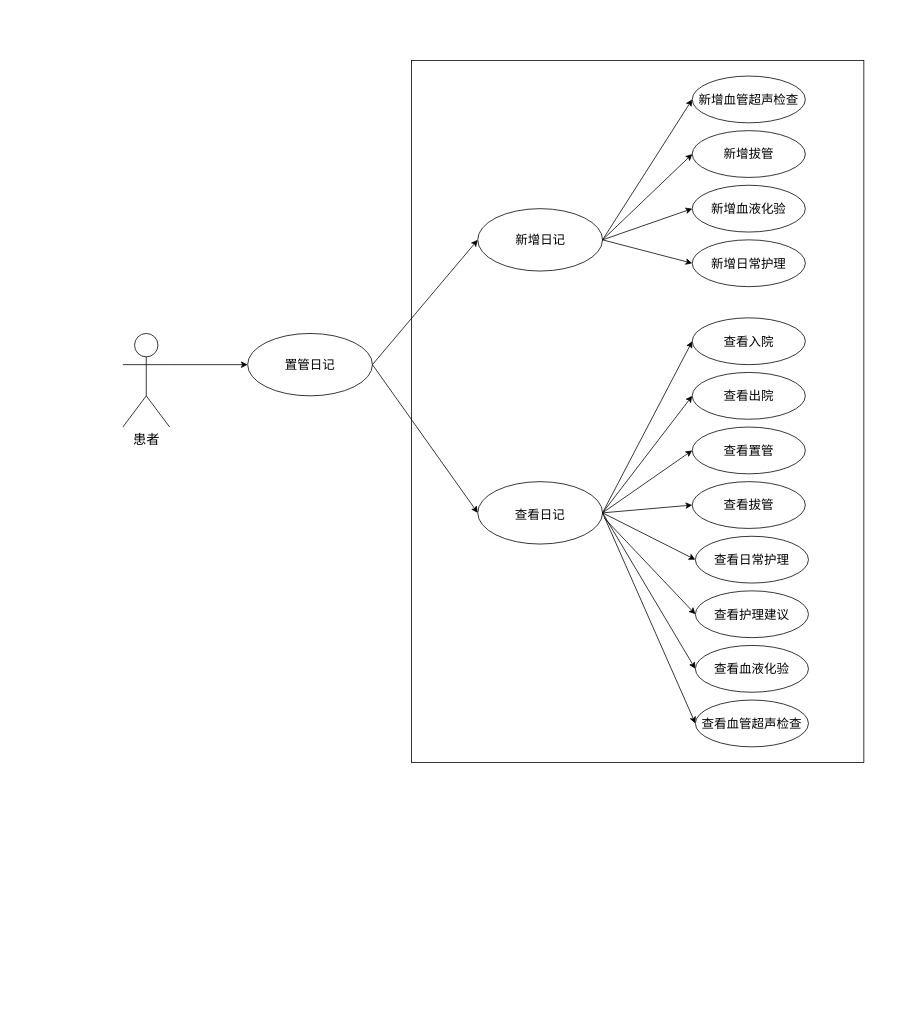
Before: 毕设_用况图_患者端_个人中心.drawio in ssssszj/Drawio, a draw.io diagram. Source tidied: cells renumbered, new cells numbered last; positions are measured from the earlier drawing's top-left corner, leaving out a move shared by most shapes. Both pictures are drawn from the tidied source at 78%, with x=0, y=0 at pixel (76, 13).
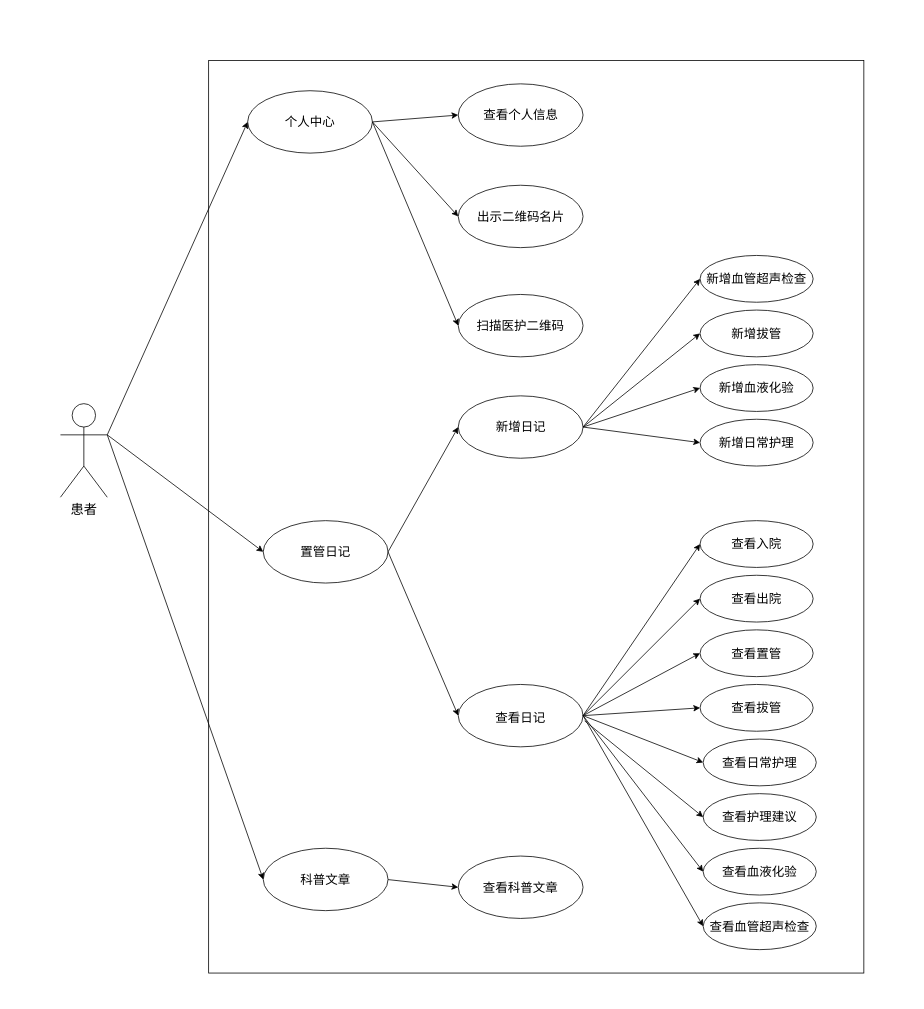
Above is the later version.

Commit message:
更新毕设_用况图_患者端.drawio

What changed in the source:
```diff
@@
     <mxCell id="2" style="rounded=0;whiteSpace=wrap;html=1;strokeColor=none;" parent="1" vertex="1">
-      <mxGeometry width="1070" height="1010" as="geometry" />
+      <mxGeometry x="-80" width="1150" height="1260" as="geometry" />
     </mxCell>
+    <mxCell id="4" style="rounded=0;whiteSpace=wrap;html=1;" parent="1" vertex="1">
+      <mxGeometry x="170" y="60" width="840" height="1170" as="geometry" />
+    </mxCell>
     <mxCell id="3" value="患者" style="shape=umlActor;verticalLabelPosition=bottom;verticalAlign=top;html=1;outlineConnect=0;fontSize=17;" parent="1" vertex="1">
-      <mxGeometry x="60" y="410" width="60" height="120" as="geometry" />
+      <mxGeometry x="-20" y="500" width="60" height="120" as="geometry" />
     </mxCell>
-    <mxCell id="4" style="rounded=0;whiteSpace=wrap;html=1;" parent="1" vertex="1">
-      <mxGeometry x="430" y="60" width="580" height="900" as="geometry" />
-    </mxCell>
@@
     <mxCell id="6" style="group;" parent="1" vertex="1">
-      <mxGeometry x="220" y="410" width="160" height="80" as="geometry" />
+      <mxGeometry x="240" y="650" width="160" height="80" as="geometry" />
     </mxCell>
+    <mxCell id="65" style="group;" parent="6" vertex="1">
+      <mxGeometry width="160" height="80" as="geometry" />
+    </mxCell>
-    <mxCell id="7" style="ellipse;whiteSpace=wrap;html=1;" parent="6" vertex="1">
+    <mxCell id="7" style="ellipse;whiteSpace=wrap;html=1;" parent="65" vertex="1">
       <mxGeometry width="160" height="80" as="geometry" />
     </mxCell>
-    <mxCell id="8" value="&lt;span style=&quot;font-size: 16px;&quot;&gt;置管日记&lt;/span&gt;" style="text;html=1;align=center;verticalAlign=middle;whiteSpace=wrap;rounded=0;" parent="6" vertex="1">
+    <mxCell id="8" value="&lt;span style=&quot;font-size: 16px;&quot;&gt;置管日记&lt;/span&gt;" style="text;html=1;align=center;verticalAlign=middle;whiteSpace=wrap;rounded=0;" parent="65" vertex="1">
       <mxGeometry x="35" y="25" width="90" height="30" as="geometry" />
     </mxCell>
@@
     <mxCell id="10" style="group;" parent="1" vertex="1">
-      <mxGeometry x="515" y="250" width="160" height="80" as="geometry" />
+      <mxGeometry x="490" y="490" width="160" height="80" as="geometry" />
     </mxCell>
@@
     <mxCell id="14" style="group;" parent="1" vertex="1">
-      <mxGeometry x="515" y="600" width="160" height="80" as="geometry" />
+      <mxGeometry x="490" y="860" width="160" height="80" as="geometry" />
     </mxCell>
@@
     <mxCell id="18" style="group;" parent="1" vertex="1">
-      <mxGeometry x="790" y="80" width="145" height="60" as="geometry" />
+      <mxGeometry x="800" y="310" width="145" height="60" as="geometry" />
     </mxCell>
@@
     <mxCell id="22" style="group;" parent="1" vertex="1">
-      <mxGeometry x="790" y="150" width="145" height="60" as="geometry" />
+      <mxGeometry x="800" y="380" width="145" height="60" as="geometry" />
     </mxCell>
@@
     <mxCell id="26" style="group;" parent="1" vertex="1">
-      <mxGeometry x="790" y="220" width="145" height="60" as="geometry" />
+      <mxGeometry x="800" y="450" width="145" height="60" as="geometry" />
     </mxCell>
@@
     <mxCell id="30" style="group;" parent="1" vertex="1">
-      <mxGeometry x="790" y="290" width="145" height="60" as="geometry" />
+      <mxGeometry x="800" y="520" width="145" height="60" as="geometry" />
     </mxCell>
@@
     <mxCell id="34" style="group;" parent="1" vertex="1">
-      <mxGeometry x="790" y="390" width="145" height="60" as="geometry" />
+      <mxGeometry x="800" y="650" width="145" height="60" as="geometry" />
     </mxCell>
@@
     <mxCell id="38" style="group;" parent="1" vertex="1">
-      <mxGeometry x="790" y="460" width="145" height="60" as="geometry" />
+      <mxGeometry x="800" y="720" width="145" height="60" as="geometry" />
     </mxCell>
@@
     <mxCell id="42" style="group;" parent="1" vertex="1">
-      <mxGeometry x="790" y="530" width="145" height="60" as="geometry" />
+      <mxGeometry x="800" y="790" width="145" height="60" as="geometry" />
     </mxCell>
@@
     <mxCell id="46" style="group;" parent="1" vertex="1">
-      <mxGeometry x="790" y="600" width="145" height="60" as="geometry" />
+      <mxGeometry x="800" y="860" width="145" height="60" as="geometry" />
     </mxCell>
@@
     <mxCell id="50" style="group;" parent="1" vertex="1">
-      <mxGeometry x="794" y="670" width="145" height="60" as="geometry" />
+      <mxGeometry x="804" y="930" width="145" height="60" as="geometry" />
     </mxCell>
@@
     <mxCell id="54" style="group;" parent="1" vertex="1">
-      <mxGeometry x="794" y="740" width="145" height="60" as="geometry" />
+      <mxGeometry x="804" y="1000" width="145" height="60" as="geometry" />
     </mxCell>
@@
     <mxCell id="58" style="group;" parent="1" vertex="1">
-      <mxGeometry x="794" y="810" width="145" height="60" as="geometry" />
+      <mxGeometry x="804" y="1070" width="145" height="60" as="geometry" />
     </mxCell>
@@
     <mxCell id="62" style="group;" parent="1" vertex="1">
-      <mxGeometry x="794" y="880" width="145" height="60" as="geometry" />
+      <mxGeometry x="804" y="1140" width="145" height="60" as="geometry" />
     </mxCell>
@@
+    <mxCell id="66" style="group;" parent="1" vertex="1">
+      <mxGeometry x="240" y="1070" width="160" height="80" as="geometry" />
+    </mxCell>
+    <mxCell id="67" style="group;" parent="66" vertex="1">
+      <mxGeometry width="160" height="80" as="geometry" />
+    </mxCell>
+    <mxCell id="68" style="ellipse;whiteSpace=wrap;html=1;" parent="67" vertex="1">
+      <mxGeometry width="160" height="80" as="geometry" />
+    </mxCell>
+    <mxCell id="69" value="&lt;span style=&quot;font-size: 16px;&quot;&gt;科普文章&lt;/span&gt;" style="text;html=1;align=center;verticalAlign=middle;whiteSpace=wrap;rounded=0;" parent="67" vertex="1">
+      <mxGeometry x="35" y="25" width="90" height="30" as="geometry" />
+    </mxCell>
+    <mxCell id="70" style="group;" parent="1" vertex="1">
+      <mxGeometry x="220" y="98.8" width="160" height="80" as="geometry" />
+    </mxCell>
+    <mxCell id="71" style="group;" parent="70" vertex="1">
+      <mxGeometry width="160" height="80" as="geometry" />
+    </mxCell>
+    <mxCell id="72" style="ellipse;whiteSpace=wrap;html=1;" parent="71" vertex="1">
+      <mxGeometry width="160" height="80" as="geometry" />
+    </mxCell>
+    <mxCell id="73" value="&lt;span style=&quot;font-size: 16px;&quot;&gt;个人中心&lt;/span&gt;" style="text;html=1;align=center;verticalAlign=middle;whiteSpace=wrap;rounded=0;" parent="71" vertex="1">
+      <mxGeometry x="35" y="25" width="90" height="30" as="geometry" />
+    </mxCell>
+    <mxCell id="74" style="endArrow=classic;html=1;rounded=0;exitX=1;exitY=0.3333333333333333;exitDx=0;exitDy=0;exitPerimeter=0;entryX=0;entryY=0.5;entryDx=0;entryDy=0;" parent="1" edge="1" source="3" target="72">
+      <mxGeometry relative="1" as="geometry" />
+    </mxCell>
+    <mxCell id="75" style="endArrow=classic;html=1;rounded=0;exitX=1;exitY=0.3333333333333333;exitDx=0;exitDy=0;exitPerimeter=0;entryX=0;entryY=0.5;entryDx=0;entryDy=0;" parent="1" edge="1" source="3" target="68">
+      <mxGeometry relative="1" as="geometry" />
+    </mxCell>
+    <mxCell id="76" style="group;" parent="1" vertex="1">
+      <mxGeometry x="490" y="90" width="160" height="80" as="geometry" />
+    </mxCell>
+    <mxCell id="77" style="group;" parent="76" vertex="1">
+      <mxGeometry width="160" height="80" as="geometry" />
+    </mxCell>
+    <mxCell id="78" style="ellipse;whiteSpace=wrap;html=1;" parent="77" vertex="1">
+      <mxGeometry width="160" height="80" as="geometry" />
+    </mxCell>
+    <mxCell id="79" value="&lt;span style=&quot;font-size: 16px;&quot;&gt;查看个人信息&lt;/span&gt;" style="text;html=1;align=center;verticalAlign=middle;whiteSpace=wrap;rounded=0;" parent="77" vertex="1">
+      <mxGeometry x="27.5" y="25" width="105" height="30" as="geometry" />
+    </mxCell>
+    <mxCell id="80" style="endArrow=classic;html=1;rounded=0;exitX=1;exitY=0.5;exitDx=0;exitDy=0;entryX=0;entryY=0.5;entryDx=0;entryDy=0;" parent="1" edge="1" source="72" target="78">
+      <mxGeometry relative="1" as="geometry" />
+    </mxCell>
+    <mxCell id="81" style="group;" parent="1" vertex="1">
+      <mxGeometry x="490" y="220" width="160" height="80" as="geometry" />
+    </mxCell>
+    <mxCell id="82" style="group;" parent="81" vertex="1">
+      <mxGeometry width="160" height="80" as="geometry" />
+    </mxCell>
+    <mxCell id="83" style="ellipse;whiteSpace=wrap;html=1;" parent="82" vertex="1">
+      <mxGeometry width="160" height="80" as="geometry" />
+    </mxCell>
+    <mxCell id="84" value="&lt;span style=&quot;font-size: 16px;&quot;&gt;出示二维码名片&lt;/span&gt;" style="text;html=1;align=center;verticalAlign=middle;whiteSpace=wrap;rounded=0;" parent="82" vertex="1">
+      <mxGeometry x="22.5" y="25" width="115" height="30" as="geometry" />
+    </mxCell>
+    <mxCell id="85" style="endArrow=classic;html=1;rounded=0;exitX=1;exitY=0.5;exitDx=0;exitDy=0;entryX=0;entryY=0.5;entryDx=0;entryDy=0;" parent="1" edge="1" source="72" target="83">
+      <mxGeometry relative="1" as="geometry" />
+    </mxCell>
+    <mxCell id="86" style="group;" parent="1" vertex="1">
+      <mxGeometry x="490" y="360" width="160" height="80" as="geometry" />
+    </mxCell>
+    <mxCell id="87" style="group;" parent="86" vertex="1">
+      <mxGeometry width="160" height="80" as="geometry" />
+    </mxCell>
+    <mxCell id="88" style="ellipse;whiteSpace=wrap;html=1;" parent="87" vertex="1">
+      <mxGeometry width="160" height="80" as="geometry" />
+    </mxCell>
+    <mxCell id="89" value="&lt;span style=&quot;font-size: 16px;&quot;&gt;扫描医护二维码&lt;/span&gt;" style="text;html=1;align=center;verticalAlign=middle;whiteSpace=wrap;rounded=0;" parent="87" vertex="1">
+      <mxGeometry x="20" y="25" width="120" height="30" as="geometry" />
+    </mxCell>
+    <mxCell id="90" style="endArrow=classic;html=1;rounded=0;exitX=1;exitY=0.5;exitDx=0;exitDy=0;entryX=0;entryY=0.5;entryDx=0;entryDy=0;" parent="1" edge="1" source="72" target="88">
+      <mxGeometry relative="1" as="geometry" />
+    </mxCell>
+    <mxCell id="91" style="group;" parent="1" vertex="1">
+      <mxGeometry x="490" y="1080" width="160" height="80" as="geometry" />
+    </mxCell>
+    <mxCell id="92" style="group;" parent="91" vertex="1">
+      <mxGeometry width="160" height="80" as="geometry" />
+    </mxCell>
+    <mxCell id="93" style="ellipse;whiteSpace=wrap;html=1;" parent="92" vertex="1">
+      <mxGeometry width="160" height="80" as="geometry" />
+    </mxCell>
+    <mxCell id="94" value="&lt;span style=&quot;font-size: 16px;&quot;&gt;查看科普文章&lt;/span&gt;" style="text;html=1;align=center;verticalAlign=middle;whiteSpace=wrap;rounded=0;" parent="92" vertex="1">
+      <mxGeometry x="25" y="25" width="110" height="30" as="geometry" />
+    </mxCell>
+    <mxCell id="95" style="endArrow=classic;html=1;rounded=0;exitX=1;exitY=0.5;exitDx=0;exitDy=0;entryX=0;entryY=0.5;entryDx=0;entryDy=0;" parent="1" edge="1" target="93">
+      <mxGeometry relative="1" as="geometry">
+        <mxPoint x="400" y="1110.2" as="sourcePoint" />
+      </mxGeometry>
+    </mxCell>
```
